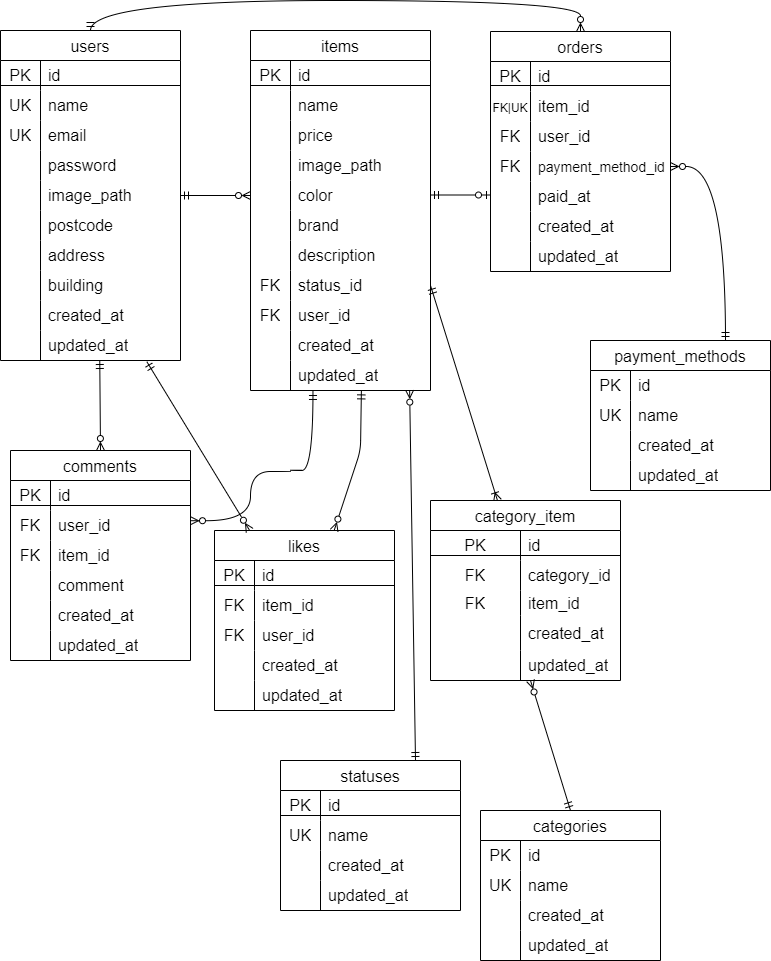
Earlier version of the draw.io export index.drawio.png (imachanimachan/Fleamarket-laravel). Source tidied: cells renumbered, new cells last; positions are measured from the earlier drawing's top-left corner, leaving out a move shared by most shapes.
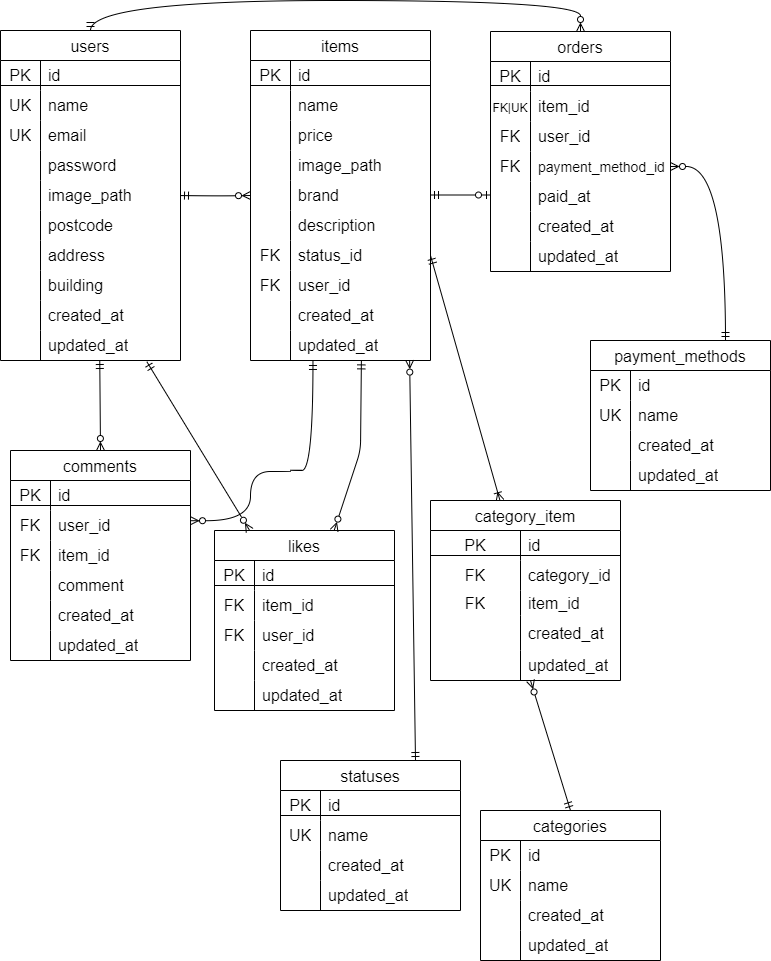
After the change.

What changed in the source:
```diff
@@ -221,7 +221,7 @@
       <mxGeometry x="40" width="140" height="30" as="geometry" />
     </mxCell>
     <mxCell id="73" value="items" style="shape=table;startSize=30;rowLines=0;fontStyle=0;strokeColor=default;fontSize=16;" parent="1" vertex="1">
-      <mxGeometry x="250" y="30" width="180" height="360" as="geometry" />
+      <mxGeometry x="250" y="30" width="180" height="330" as="geometry" />
     </mxCell>
     <mxCell id="74" style="shape=tableRow;horizontal=0;startSize=0;swimlaneHead=0;swimlaneBody=0;top=0;left=0;bottom=0;right=0;fillColor=none;strokeColor=#000000;fontSize=16;" parent="73" vertex="1">
       <mxGeometry y="30" width="180" height="30" as="geometry" />
@@ -259,17 +259,8 @@
     <mxCell id="85" value="&lt;span style=&quot;color: rgb(0, 0, 0);&quot;&gt;image_path&lt;/span&gt;" style="shape=partialRectangle;html=1;whiteSpace=wrap;fillColor=none;top=0;left=0;bottom=0;right=0;align=left;spacingLeft=6;overflow=hidden;strokeColor=inherit;fontSize=16;" parent="83" vertex="1">
       <mxGeometry x="40" width="140" height="30" as="geometry" />
     </mxCell>
-    <mxCell id="86" style="shape=tableRow;horizontal=0;startSize=0;swimlaneHead=0;swimlaneBody=0;top=0;left=0;bottom=0;right=0;fillColor=none;points=[[0,0.5],[1,0.5]];portConstraint=eastwest;strokeColor=inherit;fontSize=16;" parent="73" vertex="1">
-      <mxGeometry y="150" width="180" height="30" as="geometry" />
-    </mxCell>
-    <mxCell id="87" style="shape=partialRectangle;html=1;whiteSpace=wrap;fillColor=none;top=0;left=0;bottom=0;right=0;overflow=hidden;strokeColor=inherit;fontSize=16;" parent="86" vertex="1">
-      <mxGeometry width="40" height="30" as="geometry" />
-    </mxCell>
-    <mxCell id="88" value="&lt;span style=&quot;color: rgb(0, 0, 0);&quot;&gt;color&lt;/span&gt;" style="shape=partialRectangle;html=1;whiteSpace=wrap;fillColor=none;top=0;left=0;bottom=0;right=0;align=left;spacingLeft=6;overflow=hidden;strokeColor=inherit;fontSize=16;" parent="86" vertex="1">
-      <mxGeometry x="40" width="140" height="30" as="geometry" />
-    </mxCell>
     <mxCell id="89" style="shape=tableRow;horizontal=0;startSize=0;swimlaneHead=0;swimlaneBody=0;top=0;left=0;bottom=0;right=0;fillColor=none;strokeColor=inherit;fontSize=16;" parent="73" vertex="1">
-      <mxGeometry y="180" width="180" height="30" as="geometry" />
+      <mxGeometry y="150" width="180" height="30" as="geometry" />
     </mxCell>
     <mxCell id="90" style="shape=partialRectangle;html=1;whiteSpace=wrap;fillColor=none;top=0;left=0;bottom=0;right=0;overflow=hidden;strokeColor=inherit;fontSize=16;" parent="89" vertex="1">
       <mxGeometry width="40" height="30" as="geometry" />
@@ -278,7 +269,7 @@
       <mxGeometry x="40" width="140" height="30" as="geometry" />
     </mxCell>
     <mxCell id="92" style="shape=tableRow;horizontal=0;startSize=0;swimlaneHead=0;swimlaneBody=0;top=0;left=0;bottom=0;right=0;fillColor=none;strokeColor=inherit;fontSize=16;" parent="73" vertex="1">
-      <mxGeometry y="210" width="180" height="30" as="geometry" />
+      <mxGeometry y="180" width="180" height="30" as="geometry" />
     </mxCell>
     <mxCell id="93" style="shape=partialRectangle;html=1;whiteSpace=wrap;fillColor=none;top=0;left=0;bottom=0;right=0;overflow=hidden;strokeColor=inherit;fontSize=16;" parent="92" vertex="1">
       <mxGeometry width="40" height="30" as="geometry" />
@@ -287,7 +278,7 @@
       <mxGeometry x="40" width="140" height="30" as="geometry" />
     </mxCell>
     <mxCell id="95" style="shape=tableRow;horizontal=0;startSize=0;swimlaneHead=0;swimlaneBody=0;top=0;left=0;bottom=0;right=0;fillColor=none;points=[[0,0.5],[1,0.5]];portConstraint=eastwest;strokeColor=inherit;fontSize=16;" parent="73" vertex="1">
-      <mxGeometry y="240" width="180" height="30" as="geometry" />
+      <mxGeometry y="210" width="180" height="30" as="geometry" />
     </mxCell>
     <mxCell id="96" value="&lt;span style=&quot;color: rgb(0, 0, 0);&quot;&gt;FK&lt;/span&gt;" style="shape=partialRectangle;html=1;whiteSpace=wrap;fillColor=none;top=0;left=0;bottom=0;right=0;overflow=hidden;strokeColor=inherit;fontSize=16;" parent="95" vertex="1">
       <mxGeometry width="40" height="30" as="geometry" />
@@ -296,7 +287,7 @@
       <mxGeometry x="40" width="140" height="30" as="geometry" />
     </mxCell>
     <mxCell id="98" style="shape=tableRow;horizontal=0;startSize=0;swimlaneHead=0;swimlaneBody=0;top=0;left=0;bottom=0;right=0;fillColor=none;strokeColor=inherit;fontSize=16;" parent="73" vertex="1">
-      <mxGeometry y="270" width="180" height="30" as="geometry" />
+      <mxGeometry y="240" width="180" height="30" as="geometry" />
     </mxCell>
     <mxCell id="99" value="&lt;span style=&quot;color: rgb(0, 0, 0);&quot;&gt;FK&lt;/span&gt;" style="shape=partialRectangle;html=1;whiteSpace=wrap;fillColor=none;top=0;left=0;bottom=0;right=0;overflow=hidden;strokeColor=inherit;fontSize=16;" parent="98" vertex="1">
       <mxGeometry width="40" height="30" as="geometry" />
@@ -305,7 +296,7 @@
       <mxGeometry x="40" width="140" height="30" as="geometry" />
     </mxCell>
     <mxCell id="101" style="shape=tableRow;horizontal=0;startSize=0;swimlaneHead=0;swimlaneBody=0;top=0;left=0;bottom=0;right=0;fillColor=none;strokeColor=inherit;fontSize=16;" parent="73" vertex="1">
-      <mxGeometry y="300" width="180" height="30" as="geometry" />
+      <mxGeometry y="270" width="180" height="30" as="geometry" />
     </mxCell>
     <mxCell id="102" style="shape=partialRectangle;html=1;whiteSpace=wrap;fillColor=none;top=0;left=0;bottom=0;right=0;overflow=hidden;strokeColor=inherit;fontSize=16;" parent="101" vertex="1">
       <mxGeometry width="40" height="30" as="geometry" />
@@ -314,7 +305,7 @@
       <mxGeometry x="40" width="140" height="30" as="geometry" />
     </mxCell>
     <mxCell id="104" style="shape=tableRow;horizontal=0;startSize=0;swimlaneHead=0;swimlaneBody=0;top=0;left=0;bottom=0;right=0;fillColor=none;points=[[0,0.5],[1,0.5]];portConstraint=eastwest;strokeColor=inherit;fontSize=16;" parent="73" vertex="1">
-      <mxGeometry y="330" width="180" height="30" as="geometry" />
+      <mxGeometry y="300" width="180" height="30" as="geometry" />
     </mxCell>
     <mxCell id="105" style="shape=partialRectangle;html=1;whiteSpace=wrap;fillColor=none;top=0;left=0;bottom=0;right=0;overflow=hidden;strokeColor=inherit;fontSize=16;" parent="104" vertex="1">
       <mxGeometry width="40" height="30" as="geometry" />
@@ -337,8 +328,10 @@
     <mxCell id="111" style="line;strokeWidth=1;html=1;perimeter=backbonePerimeter;" parent="1" vertex="1">
       <mxGeometry x="490" y="80" width="180" height="10" as="geometry" />
     </mxCell>
-    <mxCell id="112" style="edgeStyle=orthogonalEdgeStyle;html=1;exitX=0;exitY=0.5;exitDx=0;exitDy=0;entryX=1;entryY=0.5;entryDx=0;entryDy=0;curved=1;endArrow=ERmandOne;endFill=0;startArrow=ERzeroToMany;startFill=0;" parent="1" edge="1" source="86" target="16">
-      <mxGeometry relative="1" as="geometry" />
+    <mxCell id="112" style="edgeStyle=orthogonalEdgeStyle;html=1;exitX=0;exitY=0.5;exitDx=0;exitDy=0;entryX=1;entryY=0.5;entryDx=0;entryDy=0;curved=1;endArrow=ERmandOne;endFill=0;startArrow=ERzeroToMany;startFill=0;" parent="1" edge="1" target="16">
+      <mxGeometry relative="1" as="geometry">
+        <mxPoint x="250" y="195" as="sourcePoint" />
+      </mxGeometry>
     </mxCell>
     <mxCell id="113" value="comments" style="shape=table;startSize=30;rowLines=0;fontStyle=0;strokeColor=default;fontSize=16;" parent="1" vertex="1">
       <mxGeometry x="10" y="450" width="180" height="210" as="geometry" />
```
